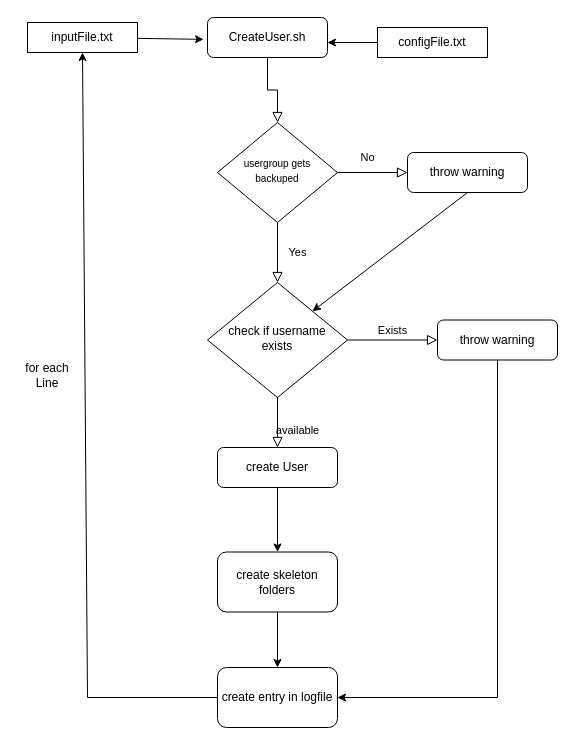
The draw.io diagram praxisarbeit/docs/Activity_CreateUser.drawio in taagomag/M122Scripting, before the edit. Source tidied: cells renumbered, new cells numbered last; positions are measured from the earlier drawing's top-left corner, leaving out a move shared by most shapes. Both pictures are drawn from the tidied source at 100%, with x=0, y=0 at pixel (17, 17).
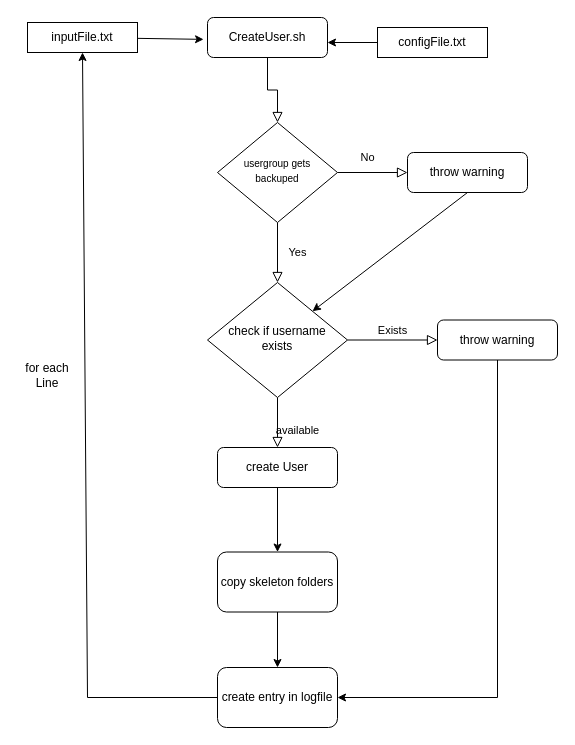
Above is the later version.

The edit, as a diff of the source:
```diff
@@
-    <mxCell id="21" value="create skeleton folders" style="rounded=1;whiteSpace=wrap;html=1;fontSize=12;" parent="1" vertex="1">
+    <mxCell id="21" value="copy skeleton folders" style="rounded=1;whiteSpace=wrap;html=1;fontSize=12;" parent="1" vertex="1">
       <mxGeometry x="200" y="534.5" width="120" height="60" as="geometry" />
     </mxCell>
```
